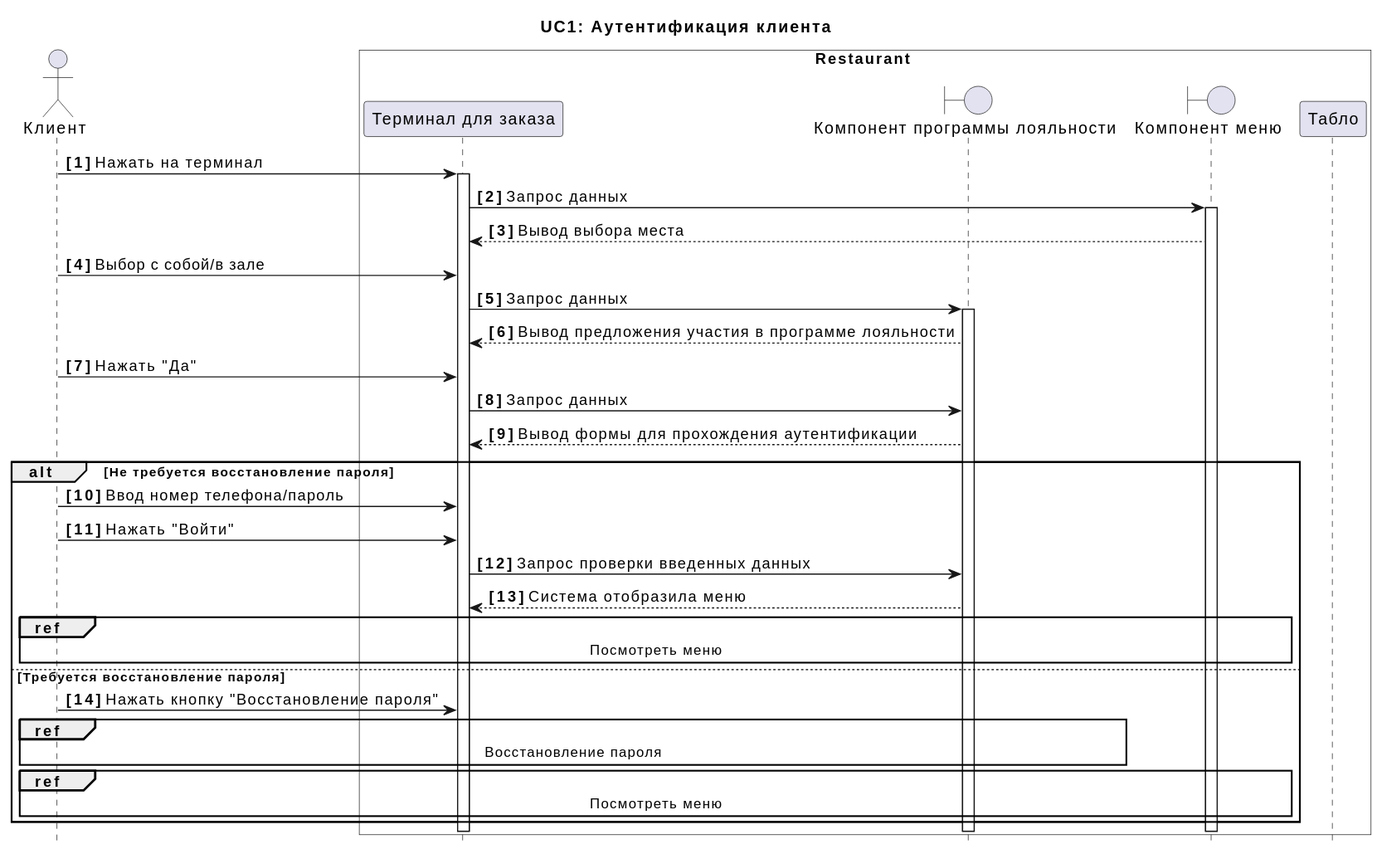
xxx996/OTUS_Restaraunt keeps this PlantUML diagram as docs/diagrams/include/UC1.svg. Above is the earlier version.
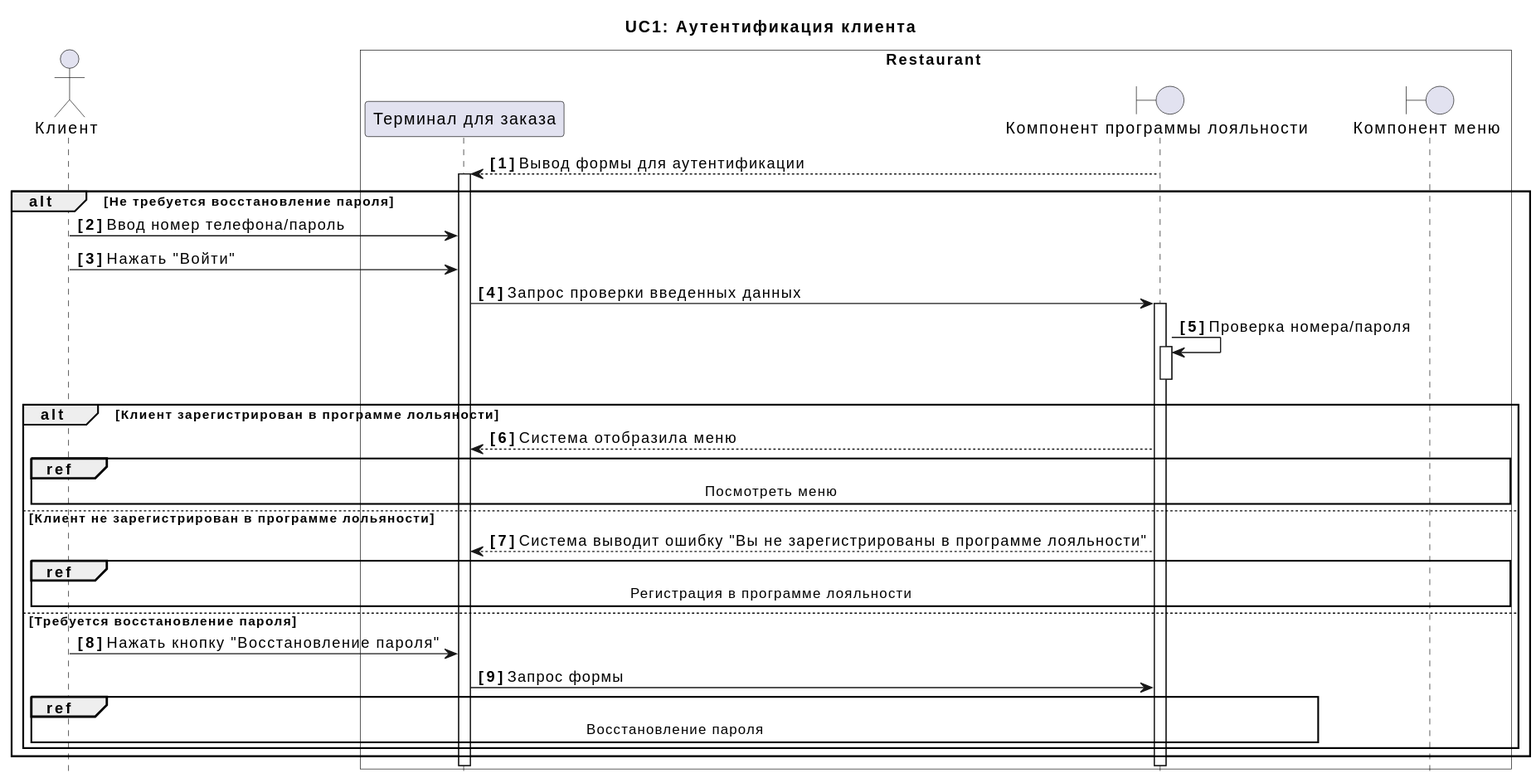
After the change.

The edit, as a diff of the source:
```diff
@@ -6,38 +6,38 @@
 participant  "Терминал для заказа" as A
 boundary "Компонент программы лояльности" as Q
 boundary "Компонент меню" as F
-participant "Табло" as D
-
 end box
 hide footbox
 autonumber "<b>[0]"
-C -> A++:  Нажать на терминал
-A -> F++:  Запрос данных
-F --> A:  Вывод выбора места
-C -> A:  Выбор с собой/в зале
-A -> Q++:  Запрос данных
-Q --> A:  Вывод предложения участия в программе лояльности
-C -> A:  Нажать "Да"
-A -> Q:  Запрос данных
-Q --> A:  Вывод формы для прохождения аутентификации
+
+Q --> A++:  Вывод формы для аутентификации
 
 alt Не требуется восстановление пароля
 
 C -> A:  Ввод номер телефона/пароль
 C -> A:  Нажать "Войти"
-A -> Q:  Запрос проверки введенных данных
+A -> Q++:  Запрос проверки введенных данных
+Q -> Q++:  Проверка номера/пароля
+Q--
+alt Клиент зарегистрирован в программе лольяности
 
 
 
 Q --> A:  Система отобразила  меню
 ref over C, F:  Посмотреть меню
 
+else Клиент не зарегистрирован в программе лольяности
+
+Q --> A: Система выводит ошибку "Вы не зарегистрированы в программе лояльности"
+
+ref over C, F:  Регистрация в программе лояльности
+
 else Требуется восстановление пароля
 
 C -> A:  Нажать кнопку "Восстановление пароля"
+A -> Q:  Запрос формы
 ref over C, Q:  Восстановление пароля
-ref over C, F:  Посмотреть меню
-
 
 end
+end
 @enduml
```
